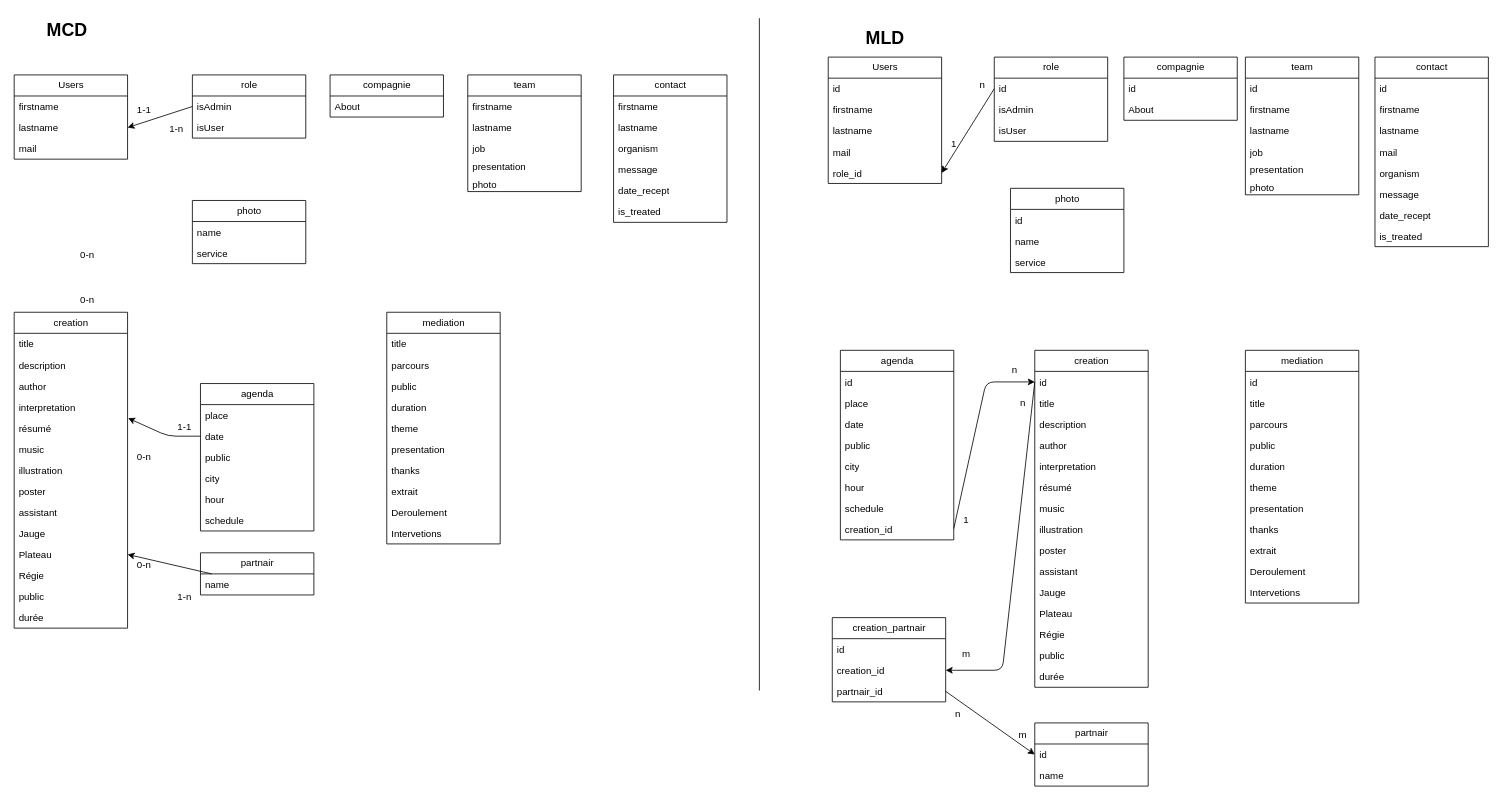
Before: modelisation.drawio in JP-Lefever/l-enclos, a draw.io diagram. Source tidied: cells renumbered, new cells numbered last; positions are measured from the earlier drawing's top-left corner, leaving out a move shared by most shapes. Both pictures are drawn from the tidied source at 81%, with x=0, y=0 at pixel (14, 14).
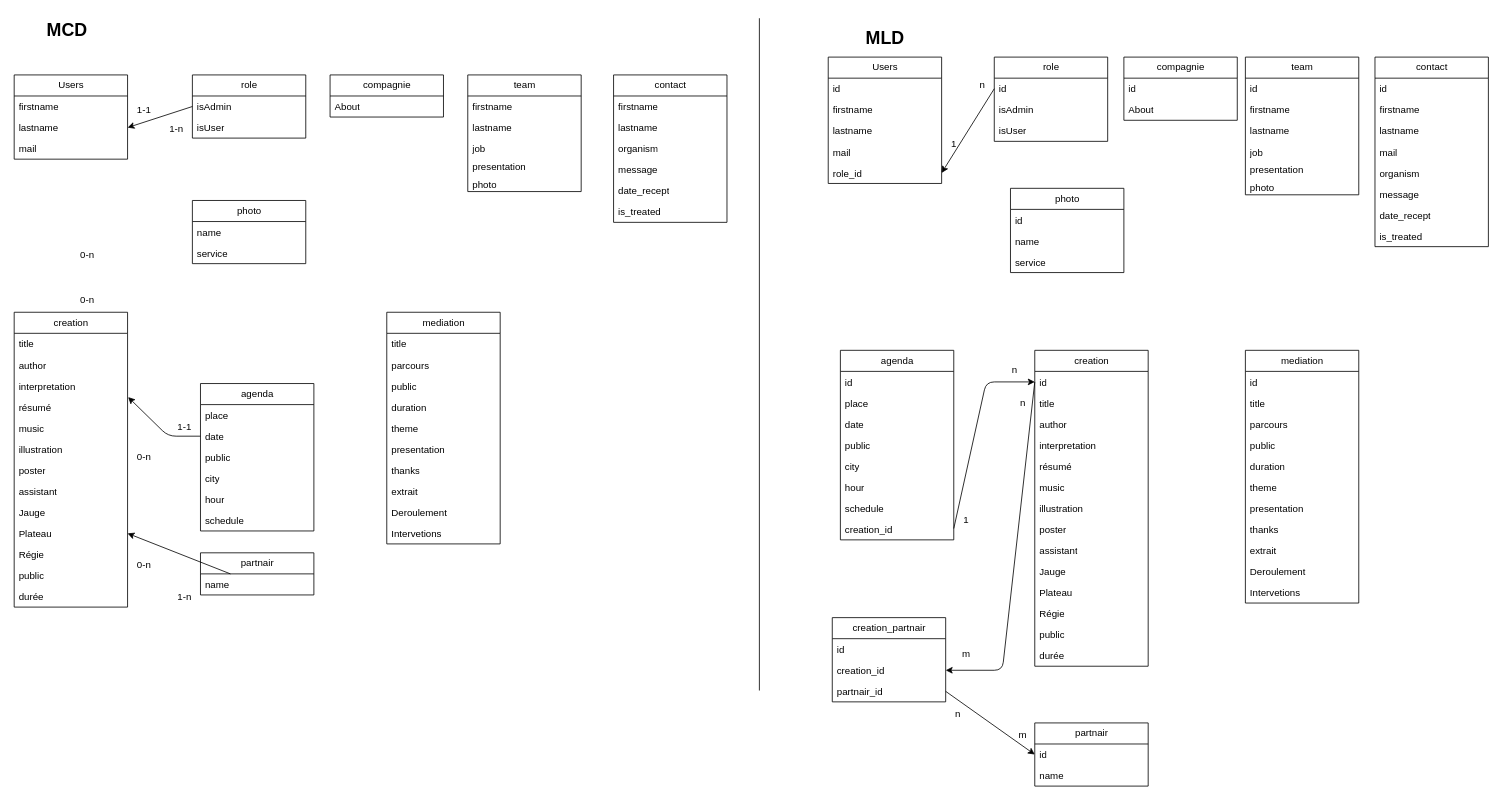
The same page after the edit.

What changed in the source:
```diff
@@
     <mxCell id="17" value="creation" style="swimlane;fontStyle=0;horizontal=1;startSize=26;fillColor=none;html=1;" parent="1" vertex="1">
-      <mxGeometry y="368" width="140" height="390" as="geometry" />
+      <mxGeometry y="368" width="140" height="364" as="geometry" />
     </mxCell>
@@
-    <mxCell id="19" value="description" style="text;strokeColor=none;fillColor=none;align=left;verticalAlign=top;spacingLeft=4;spacingRight=4;overflow=hidden;whiteSpace=wrap;html=1;" parent="17" vertex="1">
-      <mxGeometry y="52" width="140" height="26" as="geometry" />
-    </mxCell>
     <mxCell id="20" value="author" style="text;strokeColor=none;fillColor=none;align=left;verticalAlign=top;spacingLeft=4;spacingRight=4;overflow=hidden;whiteSpace=wrap;html=1;" parent="17" vertex="1">
-      <mxGeometry y="78" width="140" height="26" as="geometry" />
+      <mxGeometry y="52" width="140" height="26" as="geometry" />
     </mxCell>
     <mxCell id="21" value="interpretation" style="text;strokeColor=none;fillColor=none;align=left;verticalAlign=top;spacingLeft=4;spacingRight=4;overflow=hidden;points=[[0,0.5],[1,0.5]];portConstraint=eastwest;whiteSpace=wrap;html=1;" parent="17" vertex="1">
-      <mxGeometry y="104" width="140" height="26" as="geometry" />
+      <mxGeometry y="78" width="140" height="26" as="geometry" />
     </mxCell>
     <mxCell id="22" value="résumé" style="text;strokeColor=none;fillColor=none;align=left;verticalAlign=top;spacingLeft=4;spacingRight=4;overflow=hidden;whiteSpace=wrap;html=1;" parent="17" vertex="1">
-      <mxGeometry y="130" width="140" height="26" as="geometry" />
+      <mxGeometry y="104" width="140" height="26" as="geometry" />
     </mxCell>
     <mxCell id="23" value="music" style="text;strokeColor=none;fillColor=none;align=left;verticalAlign=top;spacingLeft=4;spacingRight=4;overflow=hidden;whiteSpace=wrap;html=1;" parent="17" vertex="1">
-      <mxGeometry y="156" width="140" height="26" as="geometry" />
+      <mxGeometry y="130" width="140" height="26" as="geometry" />
     </mxCell>
     <mxCell id="24" value="illustration" style="text;strokeColor=none;fillColor=none;align=left;verticalAlign=top;spacingLeft=4;spacingRight=4;overflow=hidden;whiteSpace=wrap;html=1;" parent="17" vertex="1">
-      <mxGeometry y="182" width="140" height="26" as="geometry" />
+      <mxGeometry y="156" width="140" height="26" as="geometry" />
     </mxCell>
     <mxCell id="25" value="poster" style="text;strokeColor=none;fillColor=none;align=left;verticalAlign=top;spacingLeft=4;spacingRight=4;overflow=hidden;whiteSpace=wrap;html=1;" parent="17" vertex="1">
-      <mxGeometry y="208" width="140" height="26" as="geometry" />
+      <mxGeometry y="182" width="140" height="26" as="geometry" />
     </mxCell>
     <mxCell id="26" value="assistant" style="text;strokeColor=none;fillColor=none;align=left;verticalAlign=top;spacingLeft=4;spacingRight=4;overflow=hidden;whiteSpace=wrap;html=1;" parent="17" vertex="1">
-      <mxGeometry y="234" width="140" height="26" as="geometry" />
+      <mxGeometry y="208" width="140" height="26" as="geometry" />
     </mxCell>
     <mxCell id="27" value="Jauge" style="text;strokeColor=none;fillColor=none;align=left;verticalAlign=top;spacingLeft=4;spacingRight=4;overflow=hidden;whiteSpace=wrap;html=1;" parent="17" vertex="1">
-      <mxGeometry y="260" width="140" height="26" as="geometry" />
+      <mxGeometry y="234" width="140" height="26" as="geometry" />
     </mxCell>
     <mxCell id="28" value="Plateau" style="text;strokeColor=none;fillColor=none;align=left;verticalAlign=top;spacingLeft=4;spacingRight=4;overflow=hidden;points=[[0,0.5],[1,0.5]];portConstraint=eastwest;whiteSpace=wrap;html=1;" parent="17" vertex="1">
-      <mxGeometry y="286" width="140" height="26" as="geometry" />
+      <mxGeometry y="260" width="140" height="26" as="geometry" />
     </mxCell>
     <mxCell id="29" value="Régie" style="text;strokeColor=none;fillColor=none;align=left;verticalAlign=top;spacingLeft=4;spacingRight=4;overflow=hidden;whiteSpace=wrap;html=1;" parent="17" vertex="1">
-      <mxGeometry y="312" width="140" height="26" as="geometry" />
+      <mxGeometry y="286" width="140" height="26" as="geometry" />
     </mxCell>
     <mxCell id="30" value="public" style="text;strokeColor=none;fillColor=none;align=left;verticalAlign=top;spacingLeft=4;spacingRight=4;overflow=hidden;whiteSpace=wrap;html=1;" parent="17" vertex="1">
-      <mxGeometry y="338" width="140" height="26" as="geometry" />
+      <mxGeometry y="312" width="140" height="26" as="geometry" />
     </mxCell>
     <mxCell id="31" value="durée" style="text;strokeColor=none;fillColor=none;align=left;verticalAlign=top;spacingLeft=4;spacingRight=4;overflow=hidden;whiteSpace=wrap;html=1;" parent="17" vertex="1">
-      <mxGeometry y="364" width="140" height="26" as="geometry" />
+      <mxGeometry y="338" width="140" height="26" as="geometry" />
     </mxCell>
@@
     <mxCell id="92" value="creation" style="swimlane;fontStyle=0;horizontal=1;startSize=26;fillColor=none;html=1;" parent="1" vertex="1">
-      <mxGeometry x="1260" y="415" width="140" height="416" as="geometry" />
+      <mxGeometry x="1260" y="415" width="140" height="390" as="geometry" />
     </mxCell>
@@
-    <mxCell id="95" value="description" style="text;strokeColor=none;fillColor=none;align=left;verticalAlign=top;spacingLeft=4;spacingRight=4;overflow=hidden;whiteSpace=wrap;html=1;" parent="92" vertex="1">
-      <mxGeometry y="78" width="140" height="26" as="geometry" />
-    </mxCell>
     <mxCell id="96" value="author" style="text;strokeColor=none;fillColor=none;align=left;verticalAlign=top;spacingLeft=4;spacingRight=4;overflow=hidden;whiteSpace=wrap;html=1;" parent="92" vertex="1">
-      <mxGeometry y="104" width="140" height="26" as="geometry" />
+      <mxGeometry y="78" width="140" height="26" as="geometry" />
     </mxCell>
     <mxCell id="97" value="interpretation" style="text;strokeColor=none;fillColor=none;align=left;verticalAlign=top;spacingLeft=4;spacingRight=4;overflow=hidden;whiteSpace=wrap;html=1;" parent="92" vertex="1">
-      <mxGeometry y="130" width="140" height="26" as="geometry" />
+      <mxGeometry y="104" width="140" height="26" as="geometry" />
     </mxCell>
     <mxCell id="98" value="résumé" style="text;strokeColor=none;fillColor=none;align=left;verticalAlign=top;spacingLeft=4;spacingRight=4;overflow=hidden;whiteSpace=wrap;html=1;" parent="92" vertex="1">
-      <mxGeometry y="156" width="140" height="26" as="geometry" />
+      <mxGeometry y="130" width="140" height="26" as="geometry" />
     </mxCell>
     <mxCell id="99" value="music" style="text;strokeColor=none;fillColor=none;align=left;verticalAlign=top;spacingLeft=4;spacingRight=4;overflow=hidden;whiteSpace=wrap;html=1;" parent="92" vertex="1">
-      <mxGeometry y="182" width="140" height="26" as="geometry" />
+      <mxGeometry y="156" width="140" height="26" as="geometry" />
     </mxCell>
     <mxCell id="100" value="illustration" style="text;strokeColor=none;fillColor=none;align=left;verticalAlign=top;spacingLeft=4;spacingRight=4;overflow=hidden;whiteSpace=wrap;html=1;" parent="92" vertex="1">
-      <mxGeometry y="208" width="140" height="26" as="geometry" />
+      <mxGeometry y="182" width="140" height="26" as="geometry" />
     </mxCell>
     <mxCell id="101" value="poster" style="text;strokeColor=none;fillColor=none;align=left;verticalAlign=top;spacingLeft=4;spacingRight=4;overflow=hidden;whiteSpace=wrap;html=1;" parent="92" vertex="1">
-      <mxGeometry y="234" width="140" height="26" as="geometry" />
+      <mxGeometry y="208" width="140" height="26" as="geometry" />
     </mxCell>
     <mxCell id="102" value="assistant" style="text;strokeColor=none;fillColor=none;align=left;verticalAlign=top;spacingLeft=4;spacingRight=4;overflow=hidden;whiteSpace=wrap;html=1;" parent="92" vertex="1">
-      <mxGeometry y="260" width="140" height="26" as="geometry" />
+      <mxGeometry y="234" width="140" height="26" as="geometry" />
     </mxCell>
     <mxCell id="103" value="Jauge" style="text;strokeColor=none;fillColor=none;align=left;verticalAlign=top;spacingLeft=4;spacingRight=4;overflow=hidden;whiteSpace=wrap;html=1;" parent="92" vertex="1">
-      <mxGeometry y="286" width="140" height="26" as="geometry" />
+      <mxGeometry y="260" width="140" height="26" as="geometry" />
     </mxCell>
     <mxCell id="104" value="Plateau" style="text;strokeColor=none;fillColor=none;align=left;verticalAlign=top;spacingLeft=4;spacingRight=4;overflow=hidden;whiteSpace=wrap;html=1;" parent="92" vertex="1">
-      <mxGeometry y="312" width="140" height="26" as="geometry" />
+      <mxGeometry y="286" width="140" height="26" as="geometry" />
     </mxCell>
     <mxCell id="105" value="Régie" style="text;strokeColor=none;fillColor=none;align=left;verticalAlign=top;spacingLeft=4;spacingRight=4;overflow=hidden;whiteSpace=wrap;html=1;" parent="92" vertex="1">
-      <mxGeometry y="338" width="140" height="26" as="geometry" />
+      <mxGeometry y="312" width="140" height="26" as="geometry" />
     </mxCell>
     <mxCell id="106" value="public" style="text;strokeColor=none;fillColor=none;align=left;verticalAlign=top;spacingLeft=4;spacingRight=4;overflow=hidden;whiteSpace=wrap;html=1;" parent="92" vertex="1">
-      <mxGeometry y="364" width="140" height="26" as="geometry" />
+      <mxGeometry y="338" width="140" height="26" as="geometry" />
     </mxCell>
     <mxCell id="107" value="durée" style="text;strokeColor=none;fillColor=none;align=left;verticalAlign=top;spacingLeft=4;spacingRight=4;overflow=hidden;whiteSpace=wrap;html=1;" parent="92" vertex="1">
-      <mxGeometry y="390" width="140" height="26" as="geometry" />
+      <mxGeometry y="364" width="140" height="26" as="geometry" />
     </mxCell>
```
